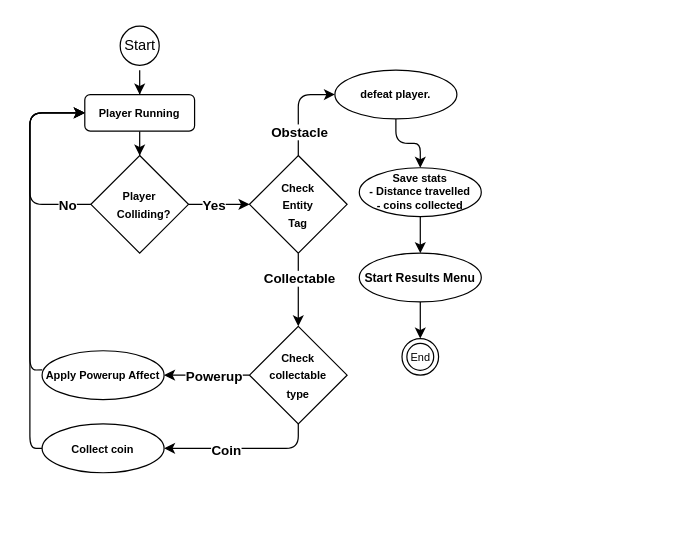
Before: CollisionHandlingFlowchart.drawio in PsychicHavocTV/CPPSideScroller, a draw.io diagram. Source tidied: cells renumbered, new cells numbered last; positions are measured from the earlier drawing's top-left corner, leaving out a move shared by most shapes. Both pictures are drawn from the tidied source at 122%, with x=0, y=0 at pixel (29, 21).
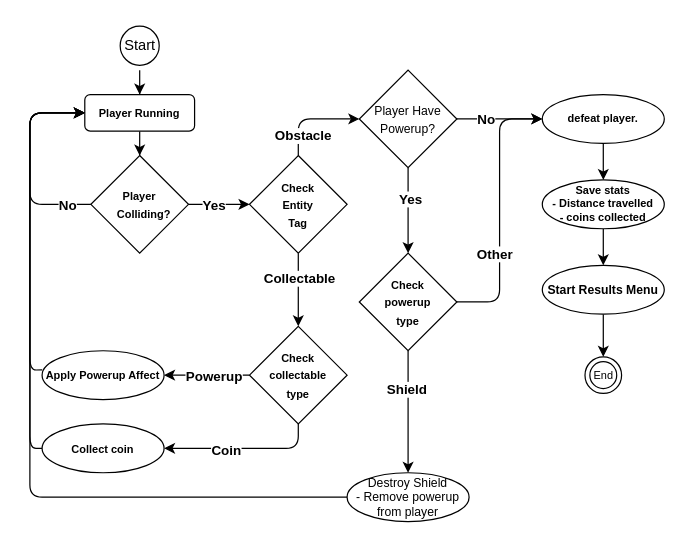
After the change.

Unchanged cells that the change refers to:
```xml
<mxCell id="5" value="&lt;b&gt;&lt;font style=&quot;font-size: 9px;&quot;&gt;Player Running&lt;/font&gt;&lt;/b&gt;" style="whiteSpace=wrap;html=1;rounded=1;" parent="1" vertex="1">
  <mxGeometry x="45" y="60" width="90" height="30" as="geometry" />
</mxCell>
<mxCell id="15" value="&lt;span style=&quot;font-size: 9px;&quot;&gt;&lt;b&gt;Check &lt;br&gt;Entity&lt;br&gt;Tag&lt;/b&gt;&lt;/span&gt;" style="rhombus;whiteSpace=wrap;html=1;" parent="1" vertex="1">
  <mxGeometry x="180" y="110" width="80" height="80" as="geometry" />
</mxCell>
```

Diff of the diagram source:
```diff
@@
-    <mxCell id="11" style="edgeStyle=orthogonalEdgeStyle;rounded=1;jettySize=auto;html=1;entryX=0;entryY=0.5;entryDx=0;entryDy=0;" parent="1" edge="1" source="15" target="17">
-      <mxGeometry relative="1" as="geometry">
-        <Array as="points">
-          <mxPoint x="220" y="60" />
-        </Array>
-      </mxGeometry>
-    </mxCell>
-    <mxCell id="12" value="&lt;b&gt;Obstacle&lt;/b&gt;" style="edgeLabel;html=1;align=center;verticalAlign=middle;" parent="11" vertex="1">
-      <mxGeometry x="-0.6" y="2" relative="1" as="geometry">
-        <mxPoint x="2" y="-4" as="offset" />
-      </mxGeometry>
-    </mxCell>
@@
+    <mxCell id="32" style="edgeStyle=orthogonalEdgeStyle;rounded=1;jettySize=auto;html=1;exitX=0.5;exitY=0;exitDx=0;exitDy=0;entryX=0;entryY=0.5;entryDx=0;entryDy=0;" parent="1" edge="1" source="15" target="37">
+      <mxGeometry relative="1" as="geometry" />
+    </mxCell>
+    <mxCell id="12" value="&lt;b&gt;Obstacle&lt;/b&gt;" style="edgeLabel;html=1;align=center;verticalAlign=middle;" parent="32" vertex="1">
+      <mxGeometry x="-0.58" y="-3" relative="1" as="geometry" />
+    </mxCell>
@@
-    <mxCell id="16" style="edgeStyle=orthogonalEdgeStyle;rounded=1;jettySize=auto;html=1;" parent="1" edge="1" source="17" target="19">
+    <mxCell id="16" style="edgeStyle=orthogonalEdgeStyle;rounded=0;jettySize=auto;html=1;entryX=0.5;entryY=0;entryDx=0;entryDy=0;" parent="1" edge="1" source="17" target="19">
       <mxGeometry relative="1" as="geometry" />
     </mxCell>
     <mxCell id="17" value="&lt;font style=&quot;font-size: 9px;&quot;&gt;&lt;b&gt;defeat player.&lt;/b&gt;&lt;/font&gt;" style="ellipse;whiteSpace=wrap;html=1;align=center;fontSize=8;" parent="1" vertex="1">
-      <mxGeometry x="250" y="40" width="100" height="40" as="geometry" />
+      <mxGeometry x="420" y="60" width="100" height="40" as="geometry" />
     </mxCell>
@@
     <mxCell id="19" value="&lt;font style=&quot;font-size: 9px;&quot;&gt;&lt;b&gt;Save stats&lt;br&gt;- Distance travelled&lt;br&gt;- coins collected&lt;/b&gt;&lt;/font&gt;" style="ellipse;whiteSpace=wrap;html=1;align=center;fontSize=8;" parent="1" vertex="1">
-      <mxGeometry x="270" y="120" width="100" height="40" as="geometry" />
+      <mxGeometry x="420" y="130" width="100" height="40" as="geometry" />
     </mxCell>
     <mxCell id="20" value="&lt;font style=&quot;font-size: 9px;&quot;&gt;End&lt;/font&gt;" style="ellipse;html=1;shape=endState;" parent="1" vertex="1">
-      <mxGeometry x="305" y="260" width="30" height="30" as="geometry" />
+      <mxGeometry x="455" y="275" width="30" height="30" as="geometry" />
     </mxCell>
@@
     <mxCell id="31" value="&lt;font size=&quot;1&quot;&gt;&lt;b&gt;Start Results Menu&lt;/b&gt;&lt;/font&gt;" style="ellipse;whiteSpace=wrap;html=1;align=center;fontSize=8;" parent="1" vertex="1">
-      <mxGeometry x="270" y="190" width="100" height="40" as="geometry" />
+      <mxGeometry x="420" y="200" width="100" height="40" as="geometry" />
     </mxCell>
+    <mxCell id="33" style="edgeStyle=orthogonalEdgeStyle;rounded=0;jettySize=auto;html=1;entryX=0;entryY=0.5;entryDx=0;entryDy=0;" parent="1" edge="1" source="37" target="17">
+      <mxGeometry relative="1" as="geometry" />
+    </mxCell>
+    <mxCell id="34" value="&lt;b&gt;No&lt;/b&gt;" style="edgeLabel;html=1;align=center;verticalAlign=middle;" parent="33" vertex="1">
+      <mxGeometry x="-0.71" relative="1" as="geometry">
+        <mxPoint x="13" as="offset" />
+      </mxGeometry>
+    </mxCell>
+    <mxCell id="35" style="edgeStyle=orthogonalEdgeStyle;rounded=0;jettySize=auto;html=1;entryX=0.5;entryY=0;entryDx=0;entryDy=0;" parent="1" edge="1" source="37" target="42">
+      <mxGeometry relative="1" as="geometry" />
+    </mxCell>
+    <mxCell id="36" value="&lt;b&gt;Yes&lt;/b&gt;" style="edgeLabel;html=1;align=center;verticalAlign=middle;" parent="35" vertex="1">
+      <mxGeometry x="-0.28" y="1" relative="1" as="geometry" />
+    </mxCell>
+    <mxCell id="37" value="&lt;font size=&quot;1&quot;&gt;Player Have Powerup?&lt;/font&gt;" style="rhombus;whiteSpace=wrap;html=1;" parent="1" vertex="1">
+      <mxGeometry x="270" y="40" width="80" height="80" as="geometry" />
+    </mxCell>
+    <mxCell id="38" style="edgeStyle=orthogonalEdgeStyle;rounded=0;jettySize=auto;html=1;entryX=0.5;entryY=0;entryDx=0;entryDy=0;" parent="1" edge="1" source="42" target="44">
+      <mxGeometry relative="1" as="geometry" />
+    </mxCell>
+    <mxCell id="39" value="&lt;b&gt;Shield&lt;/b&gt;" style="edgeLabel;html=1;align=center;verticalAlign=middle;" parent="38" vertex="1">
+      <mxGeometry x="-0.39" y="-2" relative="1" as="geometry" />
+    </mxCell>
+    <mxCell id="40" style="edgeStyle=orthogonalEdgeStyle;rounded=1;jettySize=auto;html=1;entryX=0;entryY=0.5;entryDx=0;entryDy=0;" parent="1" edge="1" source="42" target="17">
+      <mxGeometry relative="1" as="geometry" />
+    </mxCell>
+    <mxCell id="41" value="&lt;b&gt;Other&lt;/b&gt;" style="edgeLabel;html=1;align=center;verticalAlign=middle;" parent="40" vertex="1">
+      <mxGeometry x="-0.08" y="1" relative="1" as="geometry">
+        <mxPoint x="-4" y="26" as="offset" />
+      </mxGeometry>
+    </mxCell>
+    <mxCell id="42" value="&lt;font style=&quot;font-size: 9px;&quot;&gt;&lt;b style=&quot;&quot;&gt;Check&lt;br&gt;powerup&lt;br&gt;type&lt;/b&gt;&lt;/font&gt;" style="rhombus;whiteSpace=wrap;html=1;" parent="1" vertex="1">
+      <mxGeometry x="270" y="190" width="80" height="80" as="geometry" />
+    </mxCell>
+    <mxCell id="43" style="edgeStyle=orthogonalEdgeStyle;rounded=1;jettySize=auto;html=1;exitX=0;exitY=0.5;exitDx=0;exitDy=0;entryX=0;entryY=0.5;entryDx=0;entryDy=0;" parent="1" edge="1" source="44" target="5">
+      <mxGeometry relative="1" as="geometry">
+        <Array as="points">
+          <mxPoint y="390" />
+          <mxPoint y="75" />
+        </Array>
+      </mxGeometry>
+    </mxCell>
+    <mxCell id="44" value="&lt;font size=&quot;1&quot;&gt;Destroy Shield&lt;br&gt;- Remove powerup from player&lt;br&gt;&lt;/font&gt;" style="ellipse;whiteSpace=wrap;html=1;align=center;fontSize=8;" parent="1" vertex="1">
+      <mxGeometry x="260" y="370" width="100" height="40" as="geometry" />
+    </mxCell>
```
